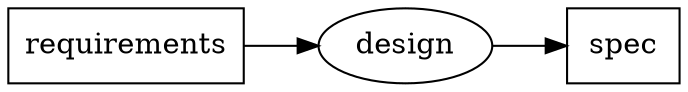
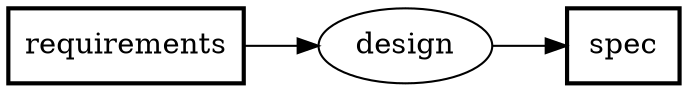
digraph PFDSL {
  rankdir=LR;
  newrank=true;

  "design" [shape=ellipse, label="design"];
-   "requirements" [shape=box, label="requirements"];
-   "spec" [shape=box, label="spec"];
+   "requirements" [shape=box, label="requirements", penwidth="2"];
+   "spec" [shape=box, label="spec", penwidth="2"];

  "requirements" -> "design";
  "design" -> "spec";
}
